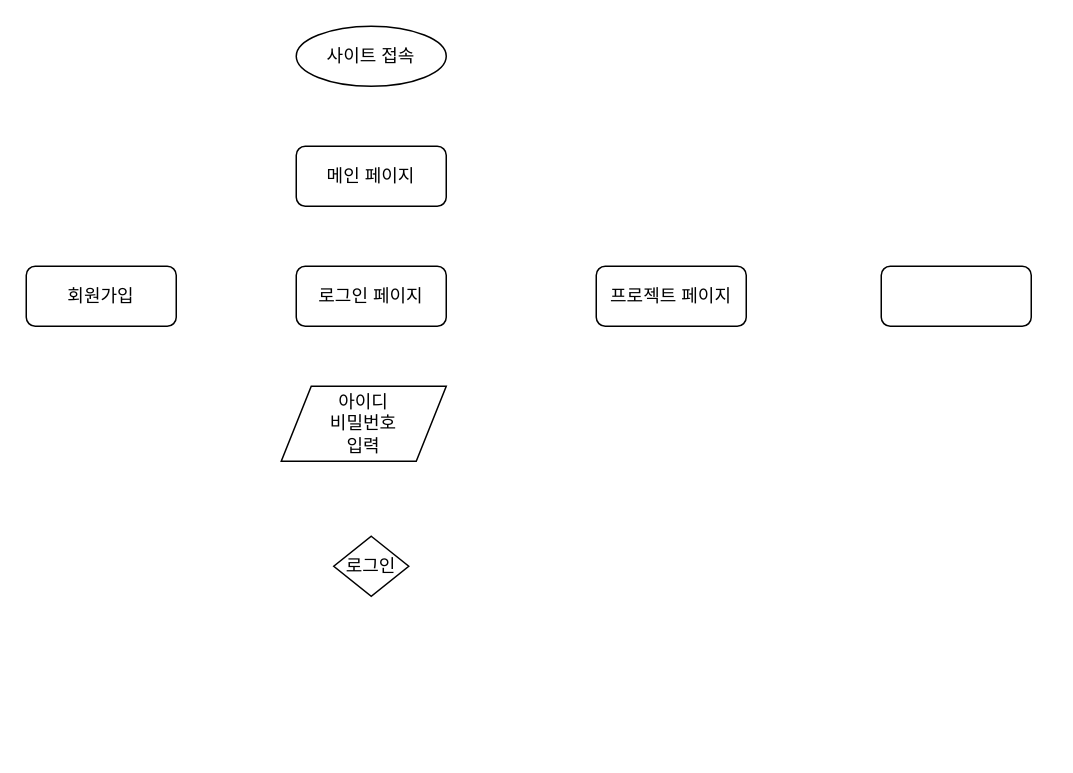
Before: practice/practice01.drawio in junyup0503/diagram, a draw.io diagram. Source tidied: cells renumbered, new cells numbered last; positions are measured from the earlier drawing's top-left corner, leaving out a move shared by most shapes. Both pictures are drawn from the tidied source at 150%, with x=0, y=0 at pixel (26, 26).
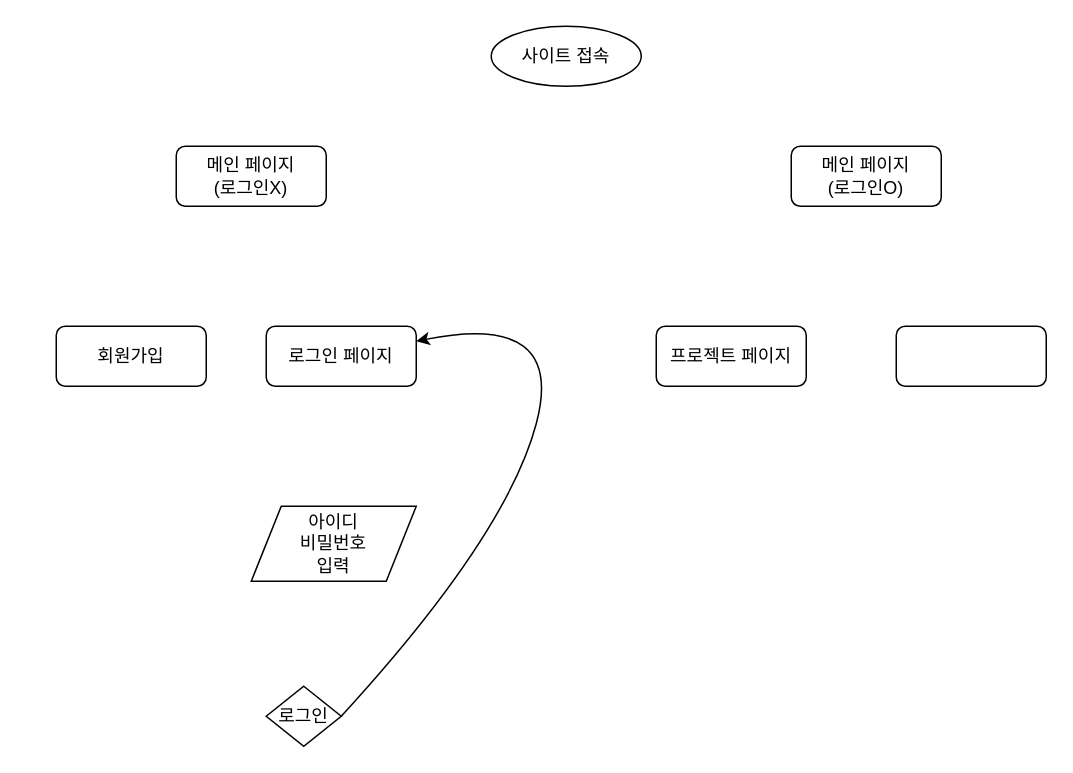
Above is the later version.

The edit, as a diff of the source:
```diff
@@
 <mxGraphModel>
   <root>
     <mxCell id="0" />
     <mxCell id="1" parent="0" />
     <mxCell id="2" value="회원가입" style="rounded=1;whiteSpace=wrap;html=1;fontFamily=Helvetica;fontSize=12;" parent="1" vertex="1">
-      <mxGeometry y="160" width="100" height="40" as="geometry" />
+      <mxGeometry x="20" y="200" width="100" height="40" as="geometry" />
     </mxCell>
     <mxCell id="3" value="로그인 페이지" style="rounded=1;whiteSpace=wrap;html=1;fontFamily=Helvetica;fontSize=12;" parent="1" vertex="1">
-      <mxGeometry x="180" y="160" width="100" height="40" as="geometry" />
+      <mxGeometry x="160" y="200" width="100" height="40" as="geometry" />
     </mxCell>
-    <mxCell id="4" value="메인 페이지" style="rounded=1;whiteSpace=wrap;html=1;fontFamily=Helvetica;fontSize=12;" parent="1" vertex="1">
-      <mxGeometry x="180" y="80" width="100" height="40" as="geometry" />
+    <mxCell id="4" value="메인 페이지&lt;br&gt;(로그인X)" style="rounded=1;whiteSpace=wrap;html=1;fontFamily=Helvetica;fontSize=12;" parent="1" vertex="1">
+      <mxGeometry x="100" y="80" width="100" height="40" as="geometry" />
     </mxCell>
     <mxCell id="5" value="사이트 접속" style="ellipse;whiteSpace=wrap;html=1;fontFamily=Helvetica;fontSize=12;" parent="1" vertex="1">
-      <mxGeometry x="180" width="100" height="40" as="geometry" />
+      <mxGeometry x="310" width="100" height="40" as="geometry" />
     </mxCell>
     <mxCell id="6" value="아이디&lt;br&gt;비밀번호&lt;br&gt;입력" style="shape=parallelogram;perimeter=parallelogramPerimeter;whiteSpace=wrap;html=1;fixedSize=1;fontFamily=Helvetica;fontSize=12;" parent="1" vertex="1">
-      <mxGeometry x="170" y="240" width="110" height="50" as="geometry" />
+      <mxGeometry x="150" y="320" width="110" height="50" as="geometry" />
     </mxCell>
     <mxCell id="7" value="로그인" style="rhombus;whiteSpace=wrap;html=1;fontFamily=Helvetica;fontSize=12;" parent="1" vertex="1">
-      <mxGeometry x="205" y="340" width="50" height="40" as="geometry" />
+      <mxGeometry x="160" y="440" width="50" height="40" as="geometry" />
     </mxCell>
     <mxCell id="8" value="프로젝트 페이지" style="rounded=1;whiteSpace=wrap;html=1;fontFamily=Helvetica;fontSize=12;" parent="1" vertex="1">
-      <mxGeometry x="380" y="160" width="100" height="40" as="geometry" />
+      <mxGeometry x="420" y="200" width="100" height="40" as="geometry" />
     </mxCell>
     <mxCell id="9" style="rounded=1;whiteSpace=wrap;html=1;fontFamily=Helvetica;fontSize=12;" parent="1" vertex="1">
-      <mxGeometry x="570" y="160" width="100" height="40" as="geometry" />
+      <mxGeometry x="580" y="200" width="100" height="40" as="geometry" />
     </mxCell>
     <mxCell id="10" style="edgeStyle=orthogonalEdgeStyle;rounded=0;orthogonalLoop=1;jettySize=auto;html=1;exitX=0.5;exitY=1;exitDx=0;exitDy=0;fontFamily=Helvetica;fontSize=12;" parent="1" edge="1" source="2" target="2">
       <mxGeometry relative="1" as="geometry" />
     </mxCell>
+    <mxCell id="11" style="curved=1;endArrow=classic;html=1;rounded=0;exitX=1;exitY=0.5;exitDx=0;exitDy=0;" parent="1" edge="1" source="7" target="3">
+      <mxGeometry relative="1" as="geometry">
+        <Array as="points">
+          <mxPoint x="320" y="340" />
+          <mxPoint x="360" y="190" />
+        </Array>
+      </mxGeometry>
+    </mxCell>
+    <mxCell id="12" value="메인 페이지&lt;br&gt;(로그인O)" style="rounded=1;whiteSpace=wrap;html=1;" parent="1" vertex="1">
+      <mxGeometry x="510" y="80" width="100" height="40" as="geometry" />
+    </mxCell>
   </root>
 </mxGraphModel>
```
